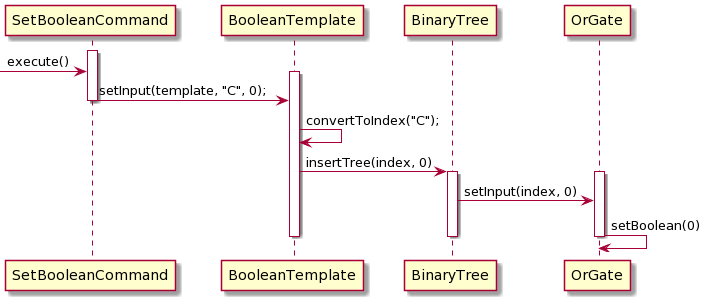
This is docs/diagrams/setBooleanCommand.png from sevenseasofbri/tp, a PlantUML export, as it was before one commit.
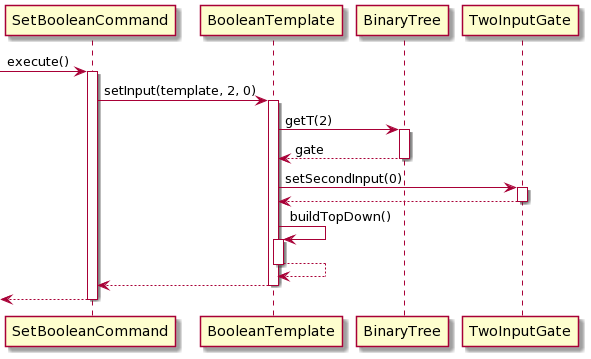
After the commit.

Commit message:
Changes to Boolean Commands

Change to the diagram source:
```diff
@@ -1,24 +1,31 @@
 @startuml
+[-> SetBooleanCommand : execute()
 activate SetBooleanCommand
 
-->SetBooleanCommand: execute()
-
+SetBooleanCommand -> BooleanTemplate : setInput(template, 2, 0)
 activate BooleanTemplate
 
-SetBooleanCommand -> BooleanTemplate: setInput(template, "C", 0);
+BooleanTemplate -> BinaryTree : getT(2)
+activate BinaryTree
+
+BinaryTree --> BooleanTemplate : gate
+deactivate BinaryTree
+
+BooleanTemplate -> TwoInputGate : setSecondInput(0)
+activate TwoInputGate
+
+TwoInputGate --> BooleanTemplate
+deactivate TwoInputGate
+
+BooleanTemplate -> BooleanTemplate : buildTopDown()
+activate BooleanTemplate
+
+BooleanTemplate --> BooleanTemplate
+deactivate BooleanTemplate
+
+BooleanTemplate --> SetBooleanCommand
+deactivate BooleanTemplate
+
+[<-- SetBooleanCommand
 deactivate SetBooleanCommand
-
-BooleanTemplate -> BooleanTemplate: convertToIndex("C");
-
-
-BooleanTemplate -> BinaryTree: insertTree(index, 0)
-activate BinaryTree
-activate OrGate
-
-BinaryTree -> OrGate: setInput(index, 0)
-
-OrGate -> OrGate: setBoolean(0)
-deactivate OrGate
-deactivate BinaryTree
-deactivate BooleanTemplate
 @enduml
```
